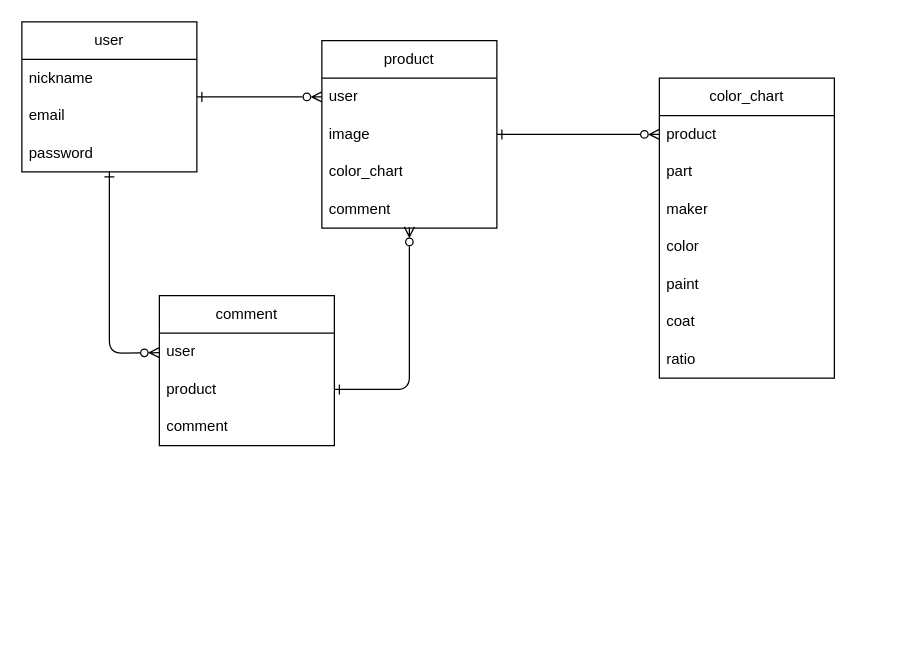
Yuya7124/color_chart_connect keeps this draw.io diagram as color_chart_ER.dio. Above is the earlier version. Source tidied: cells renumbered, new cells numbered last; positions are measured from the earlier drawing's top-left corner, leaving out a move shared by most shapes. Both pictures are drawn from the tidied source at 125%, with x=0, y=0 at pixel (21, 21).
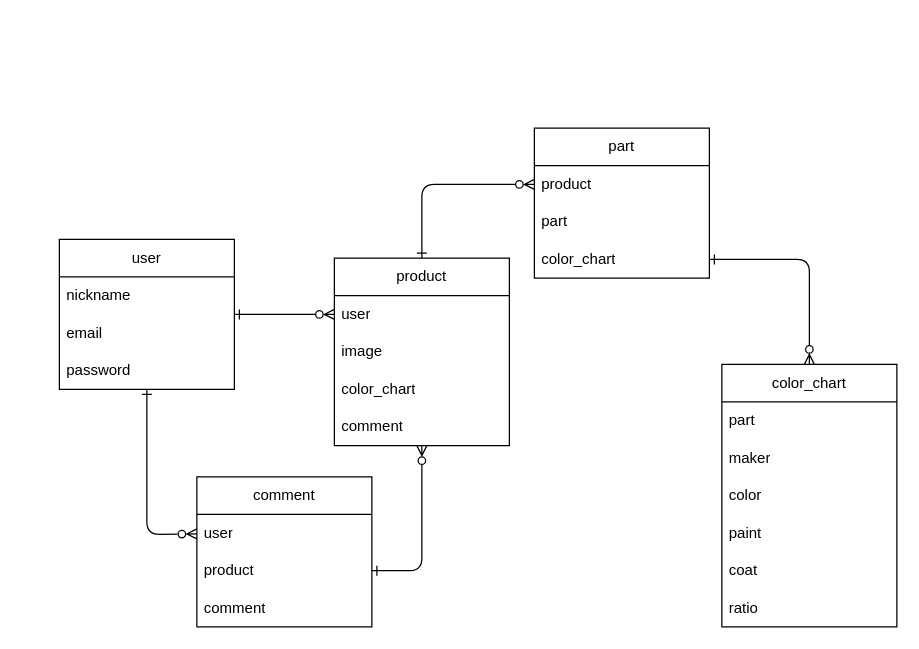
The same diagram, later.

The change refers to these unchanged cells:
```xml
<mxCell id="14" value="product" style="text;strokeColor=none;fillColor=none;align=left;verticalAlign=middle;spacingLeft=4;spacingRight=4;overflow=hidden;points=[[0,0.5],[1,0.5]];portConstraint=eastwest;whiteSpace=wrap;html=1;" parent="13" vertex="1">
  <mxGeometry y="30" width="140" height="30" as="geometry" />
</mxCell>
<mxCell id="22" value="user" style="text;strokeColor=none;fillColor=none;align=left;verticalAlign=middle;spacingLeft=4;spacingRight=4;overflow=hidden;points=[[0,0.5],[1,0.5]];portConstraint=eastwest;whiteSpace=wrap;html=1;" parent="21" vertex="1">
  <mxGeometry y="30" width="140" height="30" as="geometry" />
</mxCell>
<mxCell id="23" value="product" style="text;strokeColor=none;fillColor=none;align=left;verticalAlign=middle;spacingLeft=4;spacingRight=4;overflow=hidden;points=[[0,0.5],[1,0.5]];portConstraint=eastwest;whiteSpace=wrap;html=1;" parent="21" vertex="1">
  <mxGeometry y="60" width="140" height="30" as="geometry" />
</mxCell>
```

Change to the diagram source:
```diff
@@
     <mxCell id="3" value="user" style="swimlane;fontStyle=0;horizontal=1;startSize=30;whiteSpace=wrap;html=1;" parent="1" vertex="1">
-      <mxGeometry width="140" height="120" as="geometry" />
+      <mxGeometry x="30" y="174" width="140" height="120" as="geometry" />
     </mxCell>
@@
     <mxCell id="7" style="edgeStyle=none;html=1;entryX=0;entryY=0.5;entryDx=0;entryDy=0;startArrow=ERone;startFill=0;endArrow=ERzeroToMany;endFill=0;" parent="1" edge="1" source="8" target="14">
-      <mxGeometry relative="1" as="geometry" />
+      <mxGeometry relative="1" as="geometry">
+        <Array as="points">
+          <mxPoint x="320" y="130" />
+        </Array>
+      </mxGeometry>
     </mxCell>
     <mxCell id="8" value="product" style="swimlane;fontStyle=0;horizontal=1;startSize=30;whiteSpace=wrap;html=1;" parent="1" vertex="1">
-      <mxGeometry x="240" y="15" width="140" height="150" as="geometry" />
+      <mxGeometry x="250" y="189" width="140" height="150" as="geometry" />
     </mxCell>
@@
-    <mxCell id="13" value="color_chart" style="swimlane;fontStyle=0;horizontal=1;startSize=30;whiteSpace=wrap;html=1;" parent="1" vertex="1">
-      <mxGeometry x="510" y="45" width="140" height="240" as="geometry" />
+    <mxCell id="13" value="part" style="swimlane;fontStyle=0;horizontal=1;startSize=30;whiteSpace=wrap;html=1;" parent="1" vertex="1">
+      <mxGeometry x="410" y="85" width="140" height="120" as="geometry" />
     </mxCell>
@@
+    <mxCell id="27" value="part" style="text;strokeColor=none;fillColor=none;align=left;verticalAlign=middle;spacingLeft=4;spacingRight=4;overflow=hidden;whiteSpace=wrap;html=1;" parent="13" vertex="1">
+      <mxGeometry y="60" width="140" height="30" as="geometry" />
+    </mxCell>
-    <mxCell id="15" value="part" style="text;strokeColor=none;fillColor=none;align=left;verticalAlign=middle;spacingLeft=4;spacingRight=4;overflow=hidden;points=[[0,0.5],[1,0.5]];portConstraint=eastwest;whiteSpace=wrap;html=1;" parent="13" vertex="1">
-      <mxGeometry y="60" width="140" height="30" as="geometry" />
+    <mxCell id="15" value="&lt;span style=&quot;text-align: center;&quot;&gt;color_chart&lt;/span&gt;" style="text;strokeColor=none;fillColor=none;align=left;verticalAlign=middle;spacingLeft=4;spacingRight=4;overflow=hidden;points=[[0,0.5],[1,0.5]];portConstraint=eastwest;whiteSpace=wrap;html=1;" parent="13" vertex="1">
+      <mxGeometry y="90" width="140" height="30" as="geometry" />
     </mxCell>
-    <mxCell id="16" value="maker" style="text;strokeColor=none;fillColor=none;align=left;verticalAlign=middle;spacingLeft=4;spacingRight=4;overflow=hidden;whiteSpace=wrap;html=1;" parent="13" vertex="1">
-      <mxGeometry y="90" width="140" height="30" as="geometry" />
-    </mxCell>
-    <mxCell id="17" value="color" style="text;strokeColor=none;fillColor=none;align=left;verticalAlign=middle;spacingLeft=4;spacingRight=4;overflow=hidden;whiteSpace=wrap;html=1;" parent="13" vertex="1">
-      <mxGeometry y="120" width="140" height="30" as="geometry" />
-    </mxCell>
-    <mxCell id="18" value="paint" style="text;strokeColor=none;fillColor=none;align=left;verticalAlign=middle;spacingLeft=4;spacingRight=4;overflow=hidden;whiteSpace=wrap;html=1;" parent="13" vertex="1">
-      <mxGeometry y="150" width="140" height="30" as="geometry" />
-    </mxCell>
-    <mxCell id="19" value="coat" style="text;strokeColor=none;fillColor=none;align=left;verticalAlign=middle;spacingLeft=4;spacingRight=4;overflow=hidden;whiteSpace=wrap;html=1;" parent="13" vertex="1">
-      <mxGeometry y="180" width="140" height="30" as="geometry" />
-    </mxCell>
-    <mxCell id="20" value="ratio" style="text;strokeColor=none;fillColor=none;align=left;verticalAlign=middle;spacingLeft=4;spacingRight=4;overflow=hidden;whiteSpace=wrap;html=1;" parent="13" vertex="1">
-      <mxGeometry y="210" width="140" height="30" as="geometry" />
-    </mxCell>
     <mxCell id="21" value="comment" style="swimlane;fontStyle=0;horizontal=1;startSize=30;whiteSpace=wrap;html=1;" parent="1" vertex="1">
-      <mxGeometry x="110" y="219" width="140" height="120" as="geometry" />
+      <mxGeometry x="140" y="364" width="140" height="120" as="geometry" />
     </mxCell>
@@
     <mxCell id="25" style="edgeStyle=none;html=1;startArrow=ERone;startFill=0;endArrow=ERzeroToMany;endFill=0;" parent="1" edge="1" source="3" target="22">
       <mxGeometry relative="1" as="geometry">
         <Array as="points">
-          <mxPoint x="70" y="265" />
+          <mxPoint x="100" y="410" />
         </Array>
       </mxGeometry>
     </mxCell>
-    <mxCell id="26" style="edgeStyle=none;html=1;startArrow=ERone;startFill=0;endArrow=ERzeroToMany;endFill=0;" parent="1" edge="1" source="23">
+    <mxCell id="26" style="edgeStyle=none;html=1;startArrow=ERone;startFill=0;endArrow=ERzeroToMany;endFill=0;" parent="1" edge="1" source="23" target="8">
       <mxGeometry relative="1" as="geometry">
-        <mxPoint x="310" y="164" as="targetPoint" />
         <Array as="points">
-          <mxPoint x="310" y="294" />
+          <mxPoint x="320" y="439" />
         </Array>
       </mxGeometry>
     </mxCell>
+    <mxCell id="28" value="color_chart" style="swimlane;fontStyle=0;horizontal=1;startSize=30;whiteSpace=wrap;html=1;" parent="1" vertex="1">
+      <mxGeometry x="560" y="274" width="140" height="210" as="geometry" />
+    </mxCell>
+    <mxCell id="29" value="part" style="text;strokeColor=none;fillColor=none;align=left;verticalAlign=middle;spacingLeft=4;spacingRight=4;overflow=hidden;whiteSpace=wrap;html=1;" parent="28" vertex="1">
+      <mxGeometry y="30" width="140" height="30" as="geometry" />
+    </mxCell>
+    <mxCell id="16" value="maker" style="text;strokeColor=none;fillColor=none;align=left;verticalAlign=middle;spacingLeft=4;spacingRight=4;overflow=hidden;whiteSpace=wrap;html=1;" parent="28" vertex="1">
+      <mxGeometry y="60" width="140" height="30" as="geometry" />
+    </mxCell>
+    <mxCell id="17" value="color" style="text;strokeColor=none;fillColor=none;align=left;verticalAlign=middle;spacingLeft=4;spacingRight=4;overflow=hidden;whiteSpace=wrap;html=1;" parent="28" vertex="1">
+      <mxGeometry y="90" width="140" height="30" as="geometry" />
+    </mxCell>
+    <mxCell id="18" value="paint" style="text;strokeColor=none;fillColor=none;align=left;verticalAlign=middle;spacingLeft=4;spacingRight=4;overflow=hidden;whiteSpace=wrap;html=1;" parent="28" vertex="1">
+      <mxGeometry y="120" width="140" height="30" as="geometry" />
+    </mxCell>
+    <mxCell id="19" value="coat" style="text;strokeColor=none;fillColor=none;align=left;verticalAlign=middle;spacingLeft=4;spacingRight=4;overflow=hidden;whiteSpace=wrap;html=1;" parent="28" vertex="1">
+      <mxGeometry y="150" width="140" height="30" as="geometry" />
+    </mxCell>
+    <mxCell id="20" value="ratio" style="text;strokeColor=none;fillColor=none;align=left;verticalAlign=middle;spacingLeft=4;spacingRight=4;overflow=hidden;whiteSpace=wrap;html=1;" parent="28" vertex="1">
+      <mxGeometry y="180" width="140" height="30" as="geometry" />
+    </mxCell>
+    <mxCell id="30" style="edgeStyle=none;html=1;endArrow=ERone;endFill=0;startArrow=ERzeroToMany;startFill=0;entryX=1;entryY=0.5;entryDx=0;entryDy=0;" parent="1" edge="1" source="28" target="15">
+      <mxGeometry relative="1" as="geometry">
+        <Array as="points">
+          <mxPoint x="630" y="190" />
+        </Array>
+      </mxGeometry>
+    </mxCell>
```
